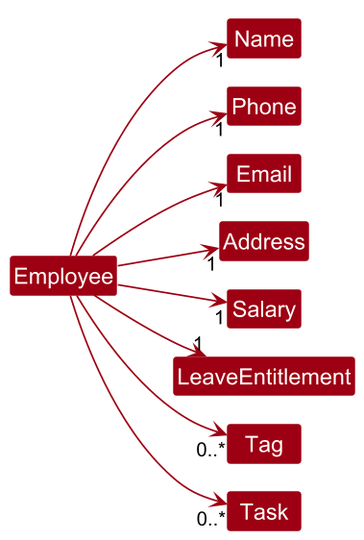
The PlantUML diagram docs/images/EmployeeClassDiagram.png in AY2627S1-CS2103T-T16-3/tp, before a commit.
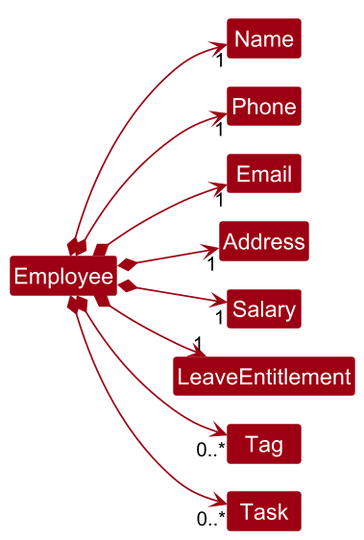
After the change.

Commit message:
docs: address model and sequence diagram review feedback

What changed in the source:
```diff
@@ -20,12 +20,12 @@
 Class Tag
 Class Task
 
-Employee --> "1" Name
-Employee --> "1" Phone
-Employee --> "1" Email
-Employee --> "1" Address
-Employee --> "1" Salary
-Employee --> "1" LeaveEntitlement
-Employee --> "0..*" Tag
-Employee --> "0..*" Task
+Employee *--> "1" Name
+Employee *--> "1" Phone
+Employee *--> "1" Email
+Employee *--> "1" Address
+Employee *--> "1" Salary
+Employee *--> "1" LeaveEntitlement
+Employee *--> "0..*" Tag
+Employee *--> "0..*" Task
 @enduml
```
